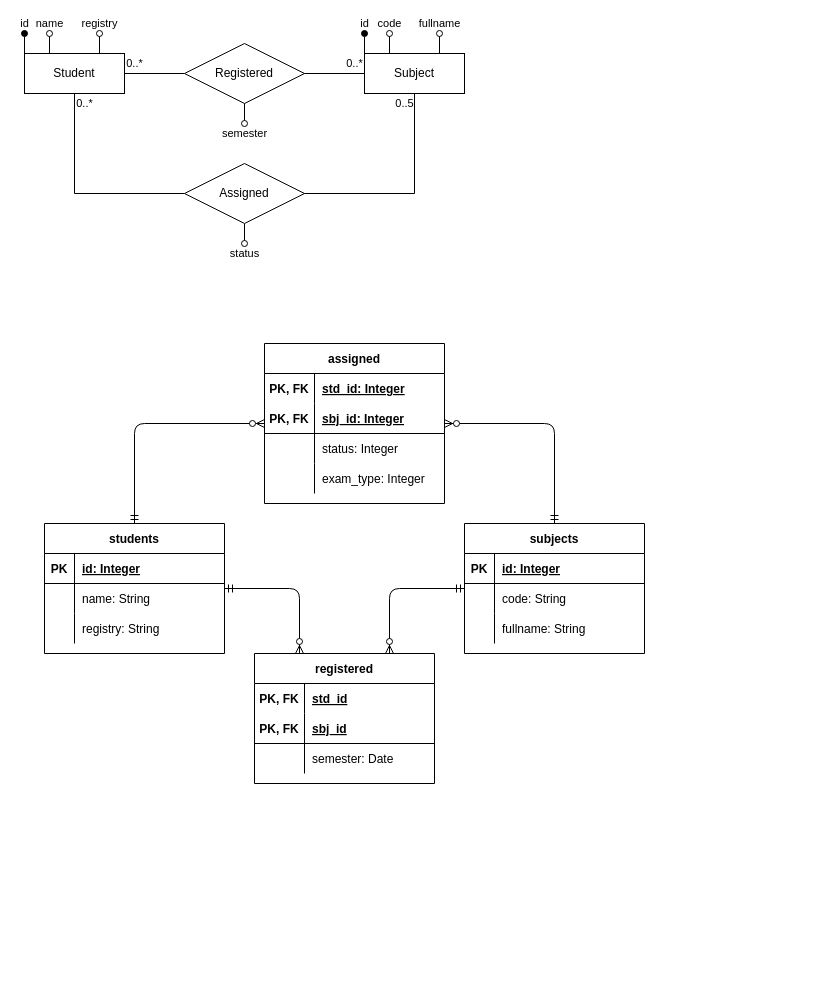
yuriel-v/Daedalus keeps this draw.io diagram as diags/ER-model.drawio. Above is the earlier version. Source tidied: cells renumbered, new cells numbered last; positions are measured from the earlier drawing's top-left corner, leaving out a move shared by most shapes. Both pictures are drawn from the tidied source at 100%, with x=0, y=0 at pixel (24, 33).
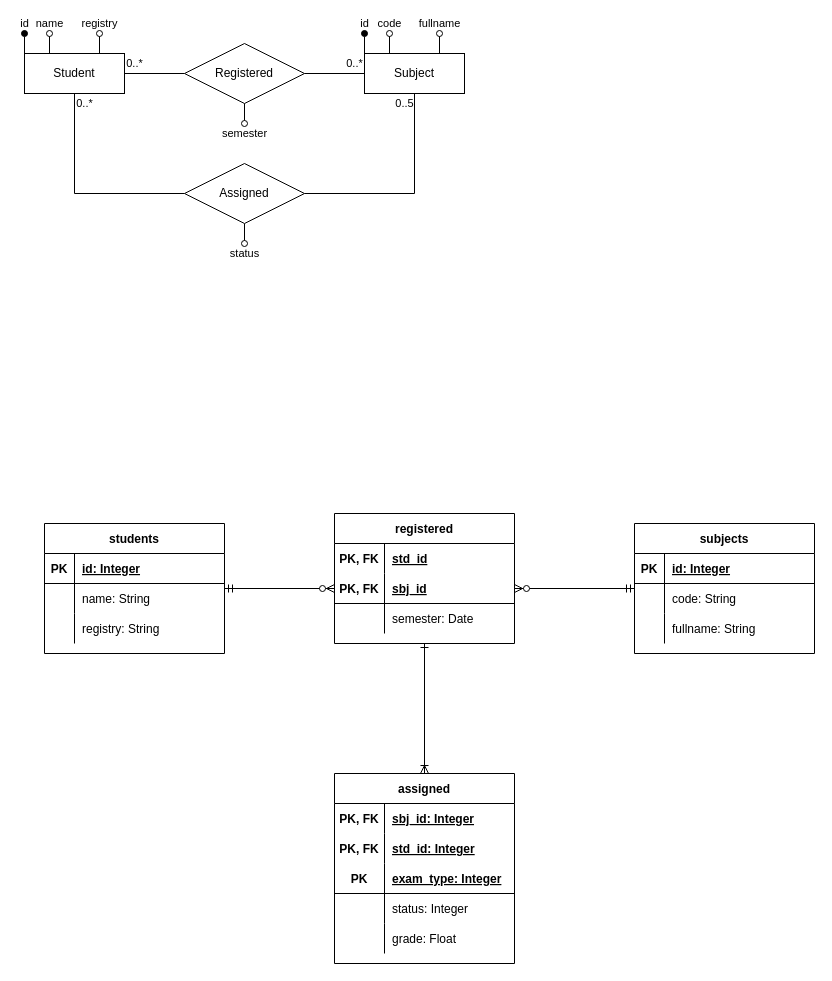
The same diagram, later.

Commit message (it also covers changes not shown here):
Minor code tweaks, preparations to change data model a bit

The change refers to these unchanged cells:
```xml
<mxCell id="16" value="students" style="shape=table;startSize=30;childLayout=tableLayout;rowLines=0;fontStyle=1;align=center;" parent="1" vertex="1">
  <mxGeometry x="20" y="490" width="180" height="130" as="geometry" />
</mxCell>
<mxCell id="32" style="shape=partialRectangle;fillColor=none;top=0;left=0;bottom=1;right=0;points=[[0,0.5],[1,0.5]];portConstraint=eastwest;" parent="28" vertex="1">
  <mxGeometry y="60" width="180" height="30" as="geometry" />
</mxCell>
```

Diff of the diagram source:
```diff
@@
-    <mxCell id="26" style="edgeStyle=orthogonalEdgeStyle;rounded=1;jettySize=auto;html=1;exitX=0.25;exitY=0;exitDx=0;exitDy=0;endArrow=ERmandOne;endFill=0;startArrow=ERzeroToMany;startFill=1;" parent="1" edge="1" source="28" target="16">
+    <mxCell id="26" style="edgeStyle=orthogonalEdgeStyle;rounded=1;jettySize=auto;html=1;exitX=0;exitY=0.5;exitDx=0;exitDy=0;endArrow=ERmandOne;endFill=0;startArrow=ERzeroToMany;startFill=1;" parent="1" edge="1" source="32" target="16">
       <mxGeometry relative="1" as="geometry" />
     </mxCell>
-    <mxCell id="27" style="edgeStyle=orthogonalEdgeStyle;rounded=1;jettySize=auto;html=1;exitX=0.75;exitY=0;exitDx=0;exitDy=0;startArrow=ERzeroToMany;startFill=1;endArrow=ERmandOne;endFill=0;" parent="1" edge="1" source="28" target="38">
+    <mxCell id="27" style="edgeStyle=orthogonalEdgeStyle;rounded=1;jettySize=auto;html=1;exitX=1;exitY=0.5;exitDx=0;exitDy=0;startArrow=ERzeroToMany;startFill=1;endArrow=ERmandOne;endFill=0;" parent="1" edge="1" source="32" target="38">
       <mxGeometry relative="1" as="geometry" />
     </mxCell>
     <mxCell id="28" value="registered" style="shape=table;startSize=30;childLayout=tableLayout;rowLines=0;fontStyle=1;align=center;" parent="1" vertex="1">
-      <mxGeometry x="230" y="620" width="180" height="130" as="geometry" />
+      <mxGeometry x="310" y="480" width="180" height="130" as="geometry" />
     </mxCell>
@@
     <mxCell id="38" value="subjects" style="shape=table;startSize=30;childLayout=tableLayout;rowLines=0;fontStyle=1;align=center;" parent="1" vertex="1">
-      <mxGeometry x="440" y="490" width="180" height="130" as="geometry" />
+      <mxGeometry x="610" y="490" width="180" height="130" as="geometry" />
     </mxCell>
@@
     <mxCell id="48" value="assigned" style="shape=table;startSize=30;childLayout=tableLayout;rowLines=0;fontStyle=1;align=center;" parent="1" vertex="1">
-      <mxGeometry x="240" y="310" width="180" height="160" as="geometry" />
+      <mxGeometry x="310" y="740" width="180" height="190" as="geometry" />
     </mxCell>
+    <mxCell id="52" style="shape=partialRectangle;fillColor=none;top=0;left=0;bottom=1;right=0;strokeColor=none;" parent="48" vertex="1">
+      <mxGeometry y="30" width="180" height="30" as="geometry" />
+    </mxCell>
+    <mxCell id="53" value="PK, FK" style="shape=partialRectangle;fillColor=none;top=0;left=0;bottom=0;right=0;fontStyle=1;overflow=hidden;" parent="52" vertex="1">
+      <mxGeometry width="50" height="30" as="geometry" />
+    </mxCell>
+    <mxCell id="54" value="sbj_id: Integer" style="shape=partialRectangle;fillColor=none;top=0;left=0;bottom=0;right=0;align=left;spacingLeft=6;fontStyle=5;overflow=hidden;" parent="52" vertex="1">
+      <mxGeometry x="50" width="130" height="30" as="geometry" />
+    </mxCell>
     <mxCell id="49" style="shape=partialRectangle;fillColor=none;top=0;left=0;bottom=1;right=0;strokeColor=none;" parent="48" vertex="1">
-      <mxGeometry y="30" width="180" height="30" as="geometry" />
+      <mxGeometry y="60" width="180" height="30" as="geometry" />
     </mxCell>
@@
-    <mxCell id="52" style="shape=partialRectangle;fillColor=none;top=0;left=0;bottom=1;right=0;" parent="48" vertex="1">
-      <mxGeometry y="60" width="180" height="30" as="geometry" />
-    </mxCell>
-    <mxCell id="53" value="PK, FK" style="shape=partialRectangle;fillColor=none;top=0;left=0;bottom=0;right=0;fontStyle=1;overflow=hidden;" parent="52" vertex="1">
-      <mxGeometry width="50" height="30" as="geometry" />
-    </mxCell>
-    <mxCell id="54" value="sbj_id: Integer" style="shape=partialRectangle;fillColor=none;top=0;left=0;bottom=0;right=0;align=left;spacingLeft=6;fontStyle=5;overflow=hidden;" parent="52" vertex="1">
-      <mxGeometry x="50" width="130" height="30" as="geometry" />
-    </mxCell>
+    <mxCell id="66" style="shape=partialRectangle;fillColor=none;top=0;left=0;bottom=1;right=0;" parent="48" vertex="1">
+      <mxGeometry y="90" width="180" height="30" as="geometry" />
+    </mxCell>
+    <mxCell id="67" value="PK" style="shape=partialRectangle;fillColor=none;top=0;left=0;bottom=0;right=0;fontStyle=1;overflow=hidden;" parent="66" vertex="1">
+      <mxGeometry width="50" height="30" as="geometry" />
+    </mxCell>
+    <mxCell id="60" value="exam_type: Integer" style="shape=partialRectangle;fillColor=none;top=0;left=0;bottom=0;right=0;align=left;spacingLeft=6;fontStyle=5;overflow=hidden;" parent="66" vertex="1">
+      <mxGeometry x="50" width="130" height="30" as="geometry" />
+    </mxCell>
     <mxCell id="55" style="shape=partialRectangle;fillColor=none;top=0;left=0;bottom=0;right=0;" parent="48" vertex="1">
-      <mxGeometry y="90" width="180" height="30" as="geometry" />
+      <mxGeometry y="120" width="180" height="30" as="geometry" />
     </mxCell>
@@
-    <mxCell id="58" style="shape=partialRectangle;fillColor=none;top=0;left=0;bottom=0;right=0;" parent="48" vertex="1">
-      <mxGeometry y="120" width="180" height="30" as="geometry" />
-    </mxCell>
+    <mxCell id="68" style="shape=partialRectangle;fillColor=none;top=0;left=0;bottom=0;right=0;" parent="48" vertex="1">
+      <mxGeometry y="150" width="180" height="30" as="geometry" />
+    </mxCell>
-    <mxCell id="59" style="shape=partialRectangle;fillColor=none;top=0;left=0;bottom=0;right=0;overflow=hidden;" parent="58" vertex="1">
+    <mxCell id="59" style="shape=partialRectangle;fillColor=none;top=0;left=0;bottom=0;right=0;overflow=hidden;" parent="68" vertex="1">
       <mxGeometry width="50" height="30" as="geometry" />
     </mxCell>
-    <mxCell id="60" value="exam_type: Integer" style="shape=partialRectangle;fillColor=none;top=0;left=0;bottom=0;right=0;align=left;spacingLeft=6;overflow=hidden;" parent="58" vertex="1">
-      <mxGeometry x="50" width="130" height="30" as="geometry" />
-    </mxCell>
-    <mxCell id="61" style="edgeStyle=orthogonalEdgeStyle;rounded=1;jettySize=auto;html=1;startArrow=ERzeroToMany;startFill=1;endArrow=ERmandOne;endFill=0;" parent="1" edge="1" source="48" target="38">
-      <mxGeometry relative="1" as="geometry" />
-    </mxCell>
-    <mxCell id="62" style="edgeStyle=orthogonalEdgeStyle;rounded=1;jettySize=auto;html=1;startArrow=ERzeroToMany;startFill=1;endArrow=ERmandOne;endFill=0;" parent="1" edge="1" source="48" target="16">
-      <mxGeometry relative="1" as="geometry" />
-    </mxCell>
+    <mxCell id="69" value="grade: Float" style="shape=partialRectangle;fillColor=none;top=0;left=0;bottom=0;right=0;align=left;spacingLeft=6;overflow=hidden;" parent="68" vertex="1">
+      <mxGeometry x="50" width="130" height="30" as="geometry" />
+    </mxCell>
@@
+    <mxCell id="70" style="edgeStyle=orthogonalEdgeStyle;fontSize=12;html=1;endArrow=ERone;endFill=1;exitX=0.5;exitY=0;exitDx=0;exitDy=0;startArrow=ERoneToMany;startFill=0;" parent="1" edge="1" source="48" target="28">
+      <mxGeometry relative="1" as="geometry" />
+    </mxCell>
```
